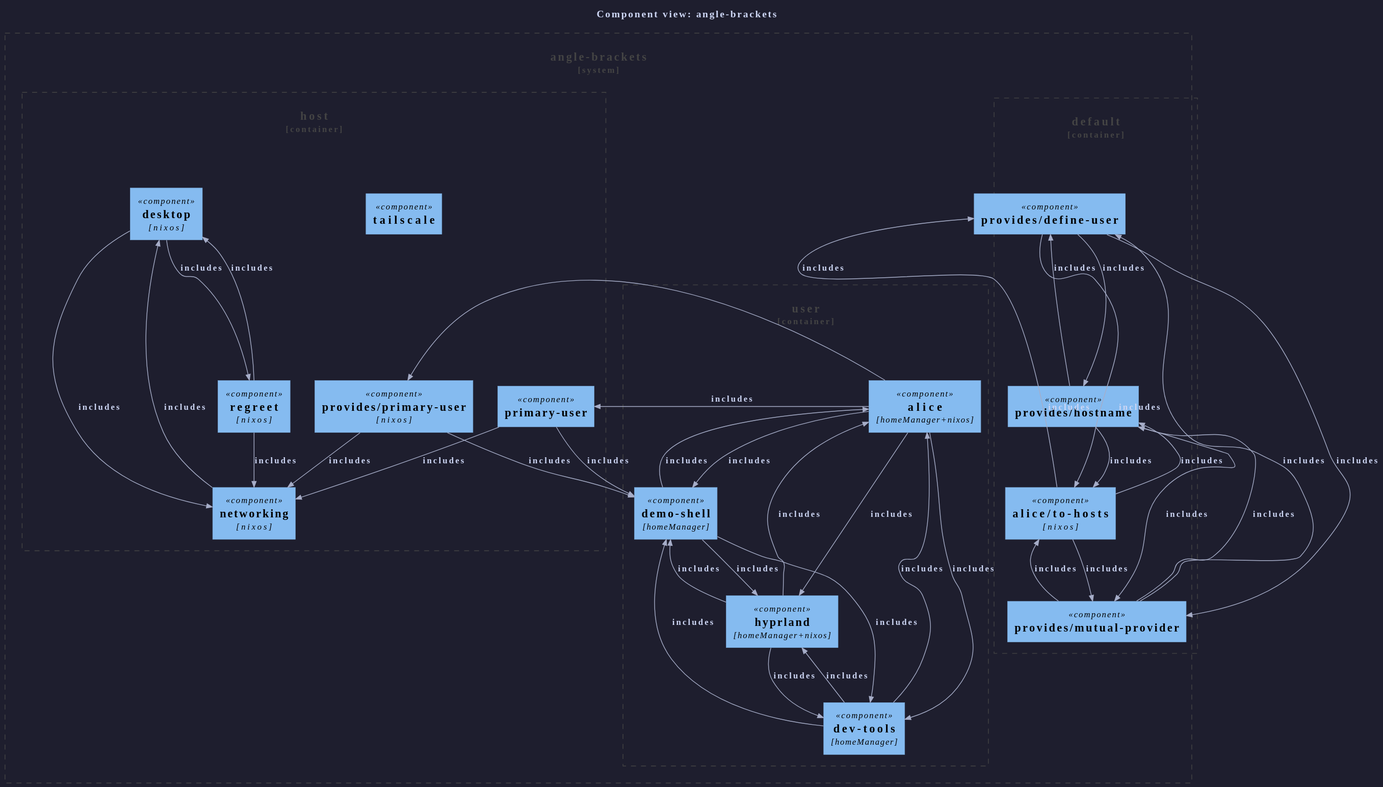
sini/den keeps this PlantUML diagram as templates/diag-fx-demo/diagrams/angle-brackets-c4component.puml.svg. Above is the earlier version. Source of this version:
```plantuml
@startuml
!include <C4/C4_Component>
skinparam backgroundColor #1e1e2e
skinparam defaultFontColor #cdd6f4
skinparam defaultFontName "JetBrains Mono,monospace"
skinparam arrowColor #a6adc8
skinparam arrowFontColor #cdd6f4
skinparam PersonBackgroundColor #313244
skinparam PersonBorderColor #a6adc8
skinparam PersonFontColor #cdd6f4
skinparam SystemBackgroundColor #313244
skinparam SystemBorderColor #a6adc8
skinparam SystemFontColor #cdd6f4
skinparam ContainerBackgroundColor #313244
skinparam ContainerBorderColor #a6adc8
skinparam ContainerFontColor #cdd6f4
skinparam ComponentBackgroundColor #313244
skinparam ComponentBorderColor #a6adc8
skinparam ComponentFontColor #cdd6f4
skinparam BoundaryBackgroundColor #313244
skinparam BoundaryBorderColor #6c7086
skinparam BoundaryFontColor #cdd6f4
skinparam RectangleBackgroundColor #313244
skinparam RectangleBorderColor #a6adc8
skinparam RectangleFontColor #cdd6f4


title Component view: angle-brackets

System_Boundary(angle_brackets, "angle-brackets") {
  Container_Boundary(host, "host") {
    Component(desktop, "desktop", "nixos")
    Component(networking, "networking", "nixos")
    Component(primary_user, "primary-user", "")
    Component(den__provides__primary_user, "provides/primary-user", "nixos")
    Component(regreet, "regreet", "nixos")
    Component(tailscale, "tailscale", "")
}
  Container_Boundary(c4_default, "default") {
    Component(den__provides__define_user, "provides/define-user", "")
    Component(den__provides__hostname, "provides/hostname", "")
    Component(den__provides__mutual_provider, "provides/mutual-provider", "")
    Component(alice__to_hosts, "alice/to-hosts", "nixos")
}
  Container_Boundary(user, "user") {
    Component(alice, "alice", "homeManager+nixos")
    Component(demo_shell, "demo-shell", "homeManager")
    Component(dev_tools, "dev-tools", "homeManager")
    Component(hyprland, "hyprland", "homeManager+nixos")
}
}

Rel(alice, demo_shell, "includes")
Rel(alice, dev_tools, "includes")
Rel(alice, hyprland, "includes")
Rel(alice, primary_user, "includes")
Rel(alice, den__provides__primary_user, "includes")
Rel(alice__to_hosts, den__provides__define_user, "includes")
Rel(alice__to_hosts, den__provides__hostname, "includes")
Rel(alice__to_hosts, den__provides__mutual_provider, "includes")
Rel(den__provides__mutual_provider, den__provides__define_user, "includes")
Rel(den__provides__mutual_provider, den__provides__hostname, "includes")
Rel(den__provides__mutual_provider, alice__to_hosts, "includes")
Rel(den__provides__hostname, den__provides__define_user, "includes")
Rel(den__provides__define_user, den__provides__hostname, "includes")
Rel(den__provides__define_user, den__provides__mutual_provider, "includes")
Rel(den__provides__hostname, den__provides__mutual_provider, "includes")
Rel(den__provides__define_user, alice__to_hosts, "includes")
Rel(den__provides__hostname, alice__to_hosts, "includes")
Rel(demo_shell, hyprland, "includes")
Rel(demo_shell, alice, "includes")
Rel(demo_shell, dev_tools, "includes")
Rel(den__provides__primary_user, demo_shell, "includes")
Rel(den__provides__primary_user, networking, "includes")
Rel(desktop, networking, "includes")
Rel(desktop, regreet, "includes")
Rel(dev_tools, alice, "includes")
Rel(dev_tools, demo_shell, "includes")
Rel(dev_tools, hyprland, "includes")
Rel(networking, desktop, "includes")
Rel(regreet, desktop, "includes")
Rel(regreet, networking, "includes")
Rel(hyprland, dev_tools, "includes")
Rel(hyprland, alice, "includes")
Rel(hyprland, demo_shell, "includes")
Rel(primary_user, demo_shell, "includes")
Rel(primary_user, networking, "includes")
@enduml
```
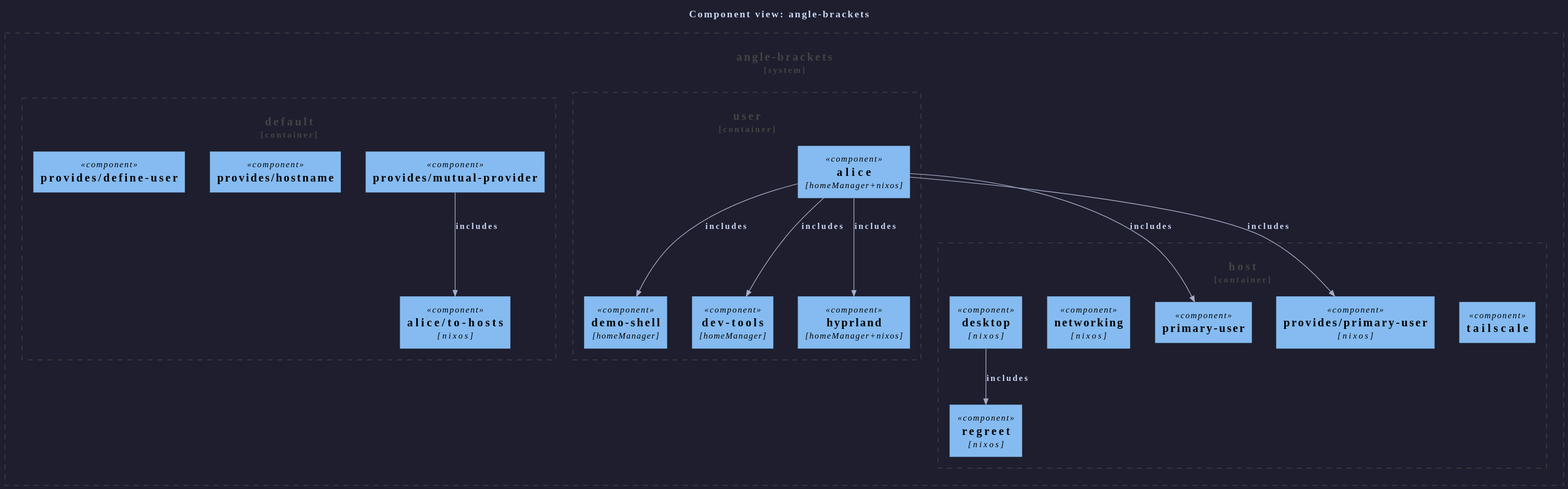
Above is the later version.

The edit, as a diff of the source:
```diff
@@ -55,34 +55,6 @@
 Rel(alice, hyprland, "includes")
 Rel(alice, primary_user, "includes")
 Rel(alice, den__provides__primary_user, "includes")
-Rel(alice__to_hosts, den__provides__define_user, "includes")
-Rel(alice__to_hosts, den__provides__hostname, "includes")
-Rel(alice__to_hosts, den__provides__mutual_provider, "includes")
-Rel(den__provides__mutual_provider, den__provides__define_user, "includes")
-Rel(den__provides__mutual_provider, den__provides__hostname, "includes")
 Rel(den__provides__mutual_provider, alice__to_hosts, "includes")
-Rel(den__provides__hostname, den__provides__define_user, "includes")
-Rel(den__provides__define_user, den__provides__hostname, "includes")
-Rel(den__provides__define_user, den__provides__mutual_provider, "includes")
-Rel(den__provides__hostname, den__provides__mutual_provider, "includes")
-Rel(den__provides__define_user, alice__to_hosts, "includes")
-Rel(den__provides__hostname, alice__to_hosts, "includes")
-Rel(demo_shell, hyprland, "includes")
-Rel(demo_shell, alice, "includes")
-Rel(demo_shell, dev_tools, "includes")
-Rel(den__provides__primary_user, demo_shell, "includes")
-Rel(den__provides__primary_user, networking, "includes")
-Rel(desktop, networking, "includes")
 Rel(desktop, regreet, "includes")
-Rel(dev_tools, alice, "includes")
-Rel(dev_tools, demo_shell, "includes")
-Rel(dev_tools, hyprland, "includes")
-Rel(networking, desktop, "includes")
-Rel(regreet, desktop, "includes")
-Rel(regreet, networking, "includes")
-Rel(hyprland, dev_tools, "includes")
-Rel(hyprland, alice, "includes")
-Rel(hyprland, demo_shell, "includes")
-Rel(primary_user, demo_shell, "includes")
-Rel(primary_user, networking, "includes")
 @enduml
```
